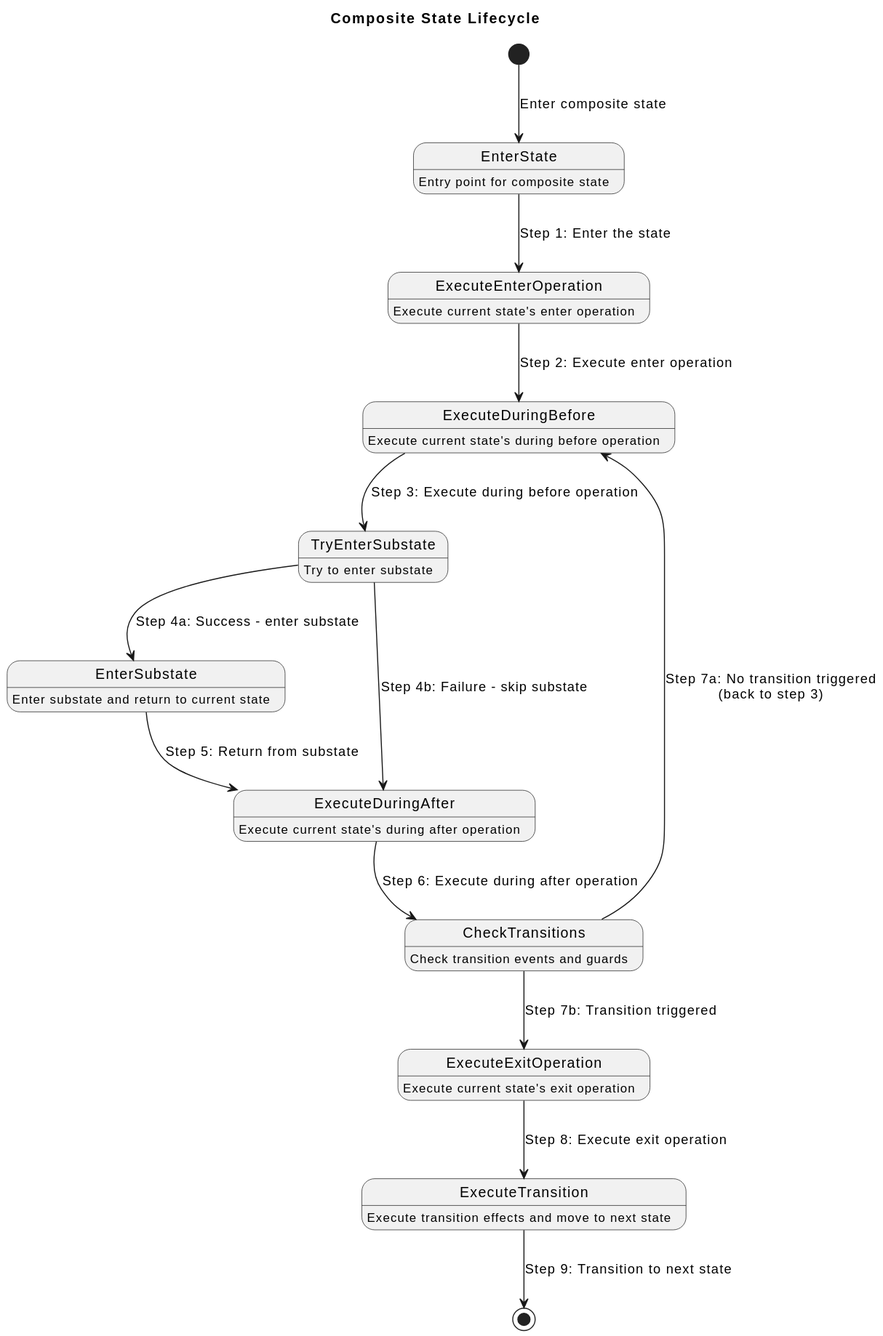
HansBug/pyfcstm keeps this PlantUML diagram as docs/source/tutorials/dsl/composite_state_lifecycle.puml.svg. Above is the earlier version.
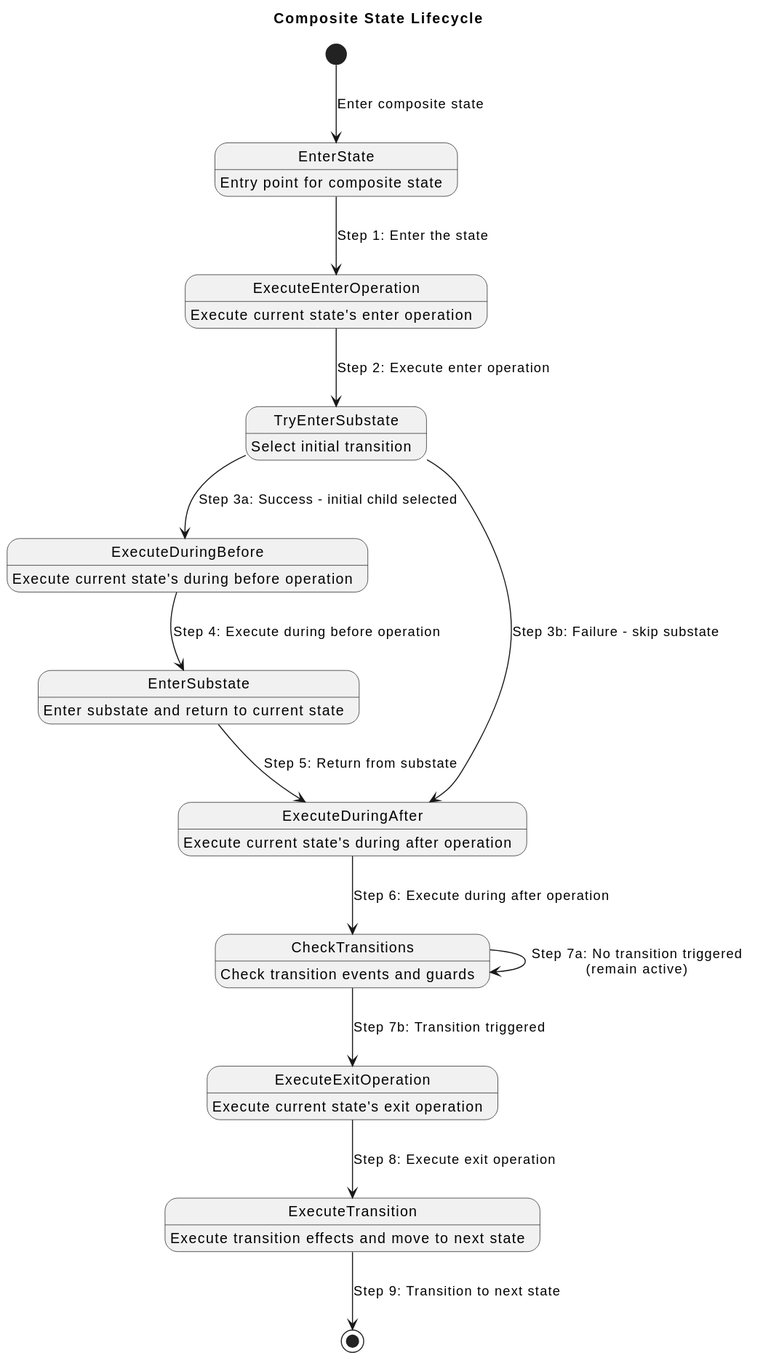
After the commit.

Diff of the diagram source:
```diff
@@ -13,20 +13,20 @@
   ExecuteEnterOperation : Execute current state's enter operation
 }
 
-ExecuteEnterOperation --> ExecuteDuringBefore : Step 2: Execute enter operation
+ExecuteEnterOperation --> TryEnterSubstate : Step 2: Execute enter operation
+
+state TryEnterSubstate {
+  TryEnterSubstate : Select initial transition
+}
+
+TryEnterSubstate --> ExecuteDuringBefore : Step 3a: Success - initial child selected
+TryEnterSubstate --> ExecuteDuringAfter : Step 3b: Failure - skip substate
 
 state ExecuteDuringBefore {
   ExecuteDuringBefore : Execute current state's during before operation
 }
 
-ExecuteDuringBefore --> TryEnterSubstate : Step 3: Execute during before operation
-
-state TryEnterSubstate {
-  TryEnterSubstate : Try to enter substate
-}
-
-TryEnterSubstate --> EnterSubstate : Step 4a: Success - enter substate
-TryEnterSubstate --> ExecuteDuringAfter : Step 4b: Failure - skip substate
+ExecuteDuringBefore --> EnterSubstate : Step 4: Execute during before operation
 
 state EnterSubstate {
   EnterSubstate : Enter substate and return to current state
@@ -44,7 +44,7 @@
   CheckTransitions : Check transition events and guards
 }
 
-CheckTransitions --> ExecuteDuringBefore : Step 7a: No transition triggered\n(back to step 3)
+CheckTransitions --> CheckTransitions : Step 7a: No transition triggered\n(remain active)
 CheckTransitions --> ExecuteExitOperation : Step 7b: Transition triggered
 
 state ExecuteExitOperation {
```
